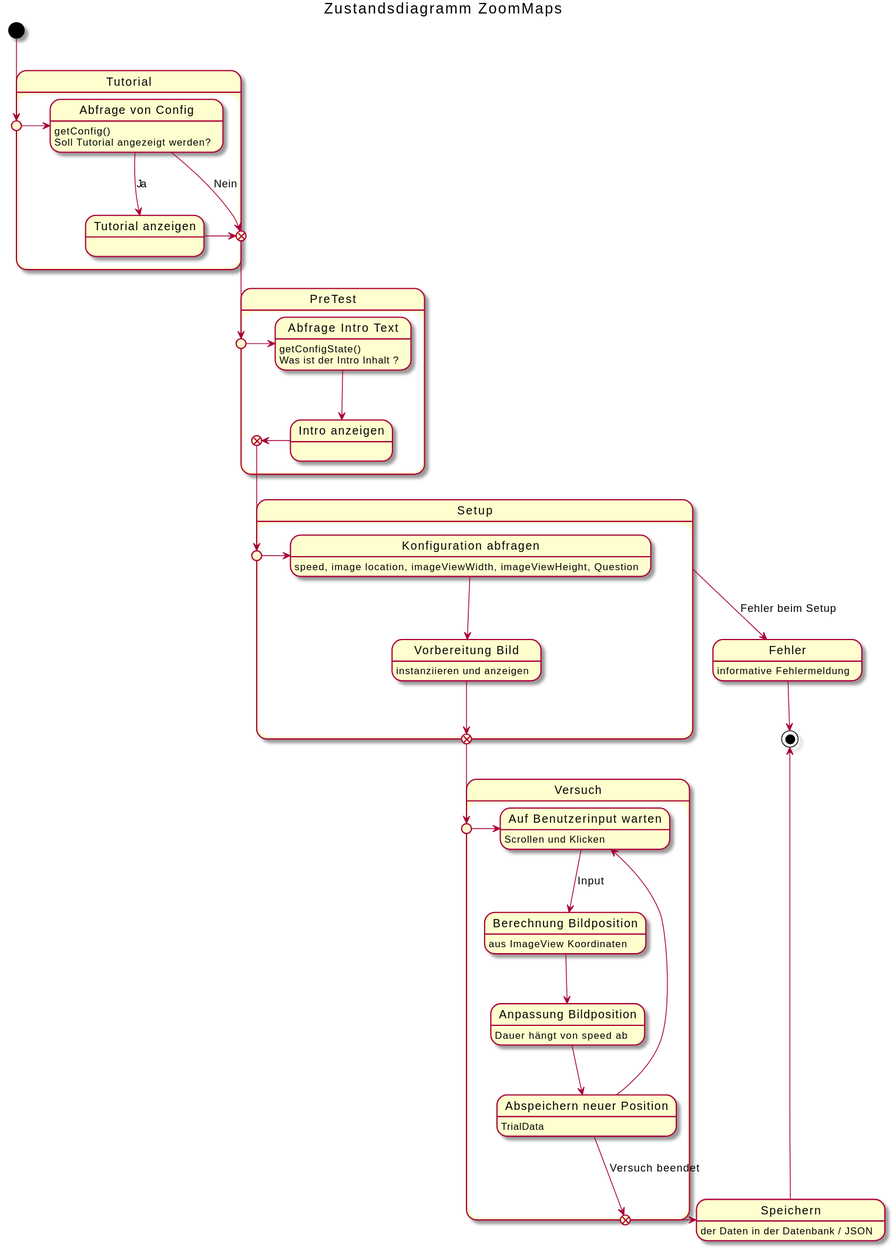
The PlantUML diagram uml-state/zoommaps/zustand-zoommaps.svg in weichware-10/dokumente, before a commit.
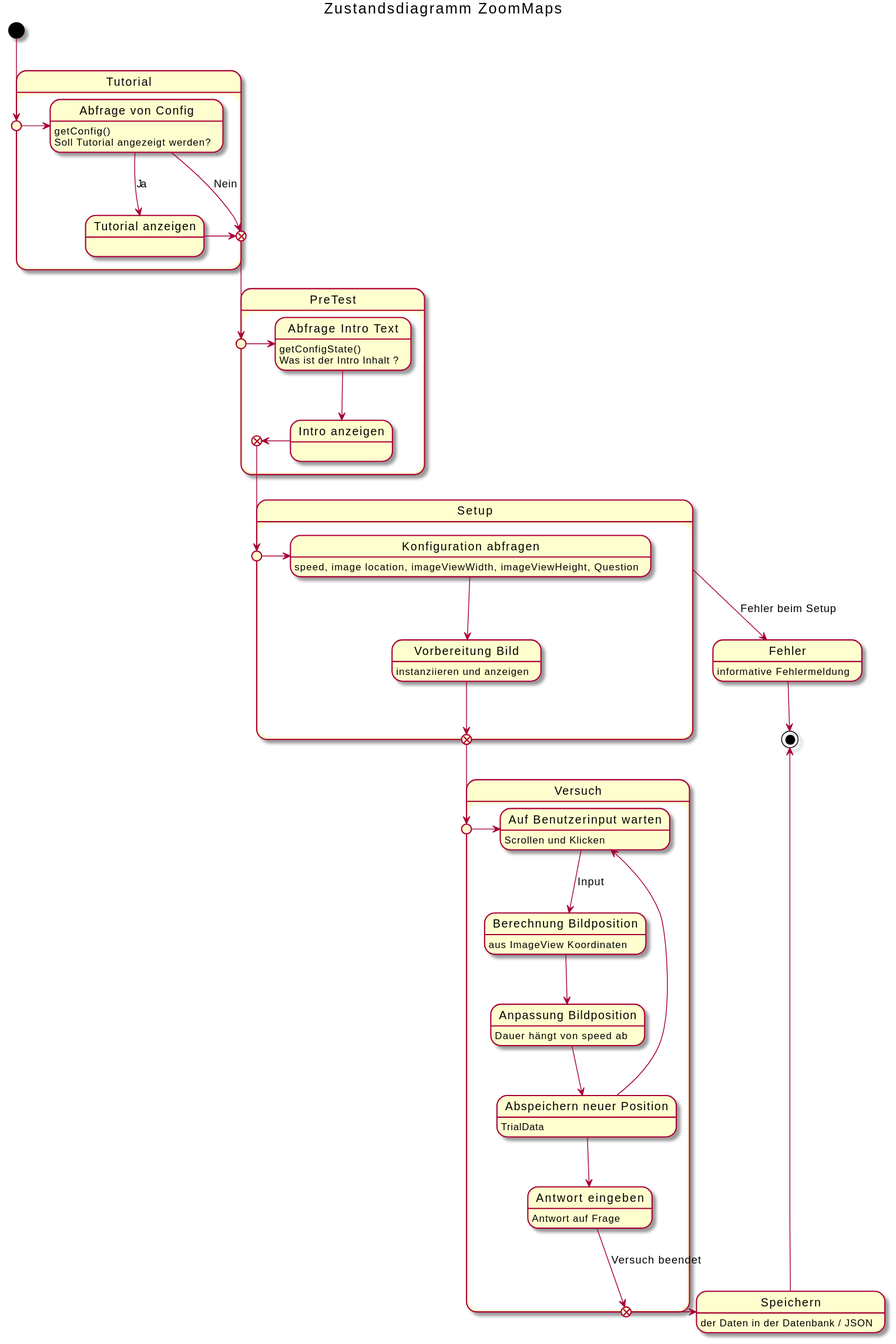
Later version of the same file.

Commit message:
[chore] rendered SVGs

The edit, as a diff of the source:
```diff
@@ -42,12 +42,14 @@
     state "Berechnung Bildposition" as bb : aus ImageView Koordinaten
     state "Anpassung Bildposition" as ab : Dauer hängt von speed ab
     state "Abspeichern neuer Position" as ap : TrialData
+    state "Antwort eingeben" as ae : Antwort auf Frage
     vnp -l-> bi
     bi --> bb : Input
     bb --> ab
     ab --> ap
     ap --> bi
-    ap -d-> vxp : Versuch beendet
+    ap --> ae
+    ae -d-> vxp : Versuch beendet
 }
 
 s --> err : Fehler beim Setup
```
